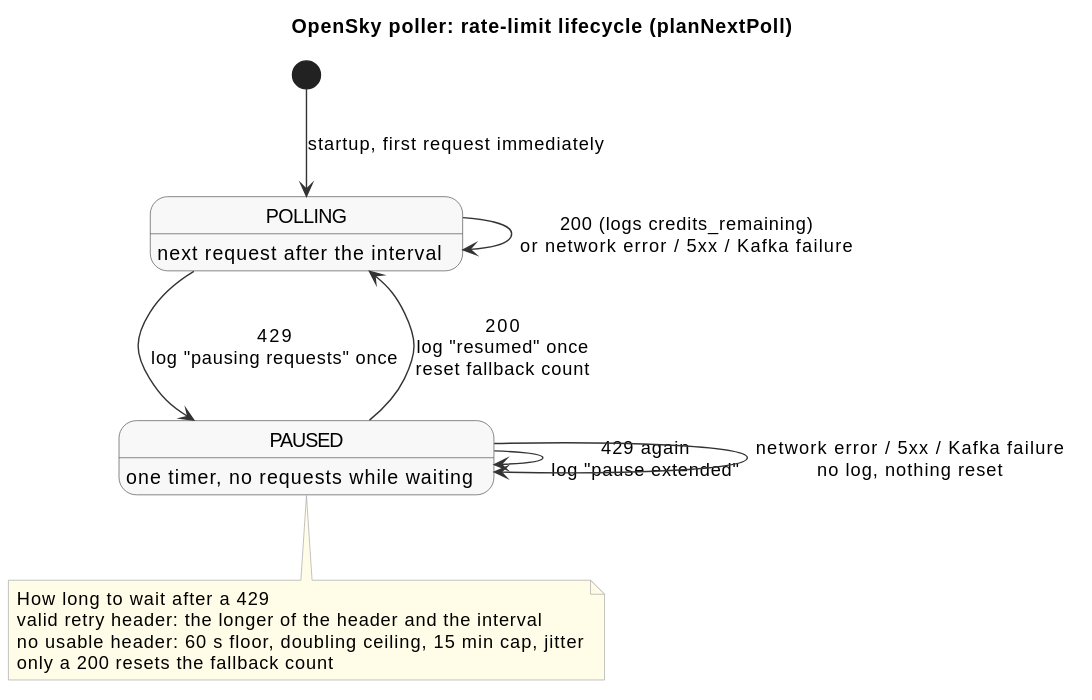
Earlier version of the PlantUML export diagrams/docs/implementation/phase-10-production-hardening/concepts/opensky-fallback-hardening/opensky-rate-limit-lifecycle.svg (Buffden/sentinel). The source it was exported from:
```plantuml
@startuml
title OpenSky poller: rate-limit lifecycle (planNextPoll)

hide empty description
skinparam stateBorderColor #555555
skinparam stateBackgroundColor #F8F8F8
skinparam stateArrowColor #333333
skinparam noteBorderColor #AAAAAA
skinparam noteBackgroundColor #FFFDE7

state POLLING : next request after the interval
state PAUSED : one timer, no requests while waiting

[*] --> POLLING : startup, first request immediately

POLLING --> POLLING : 200 (logs credits_remaining)\nor network error / 5xx / Kafka failure
POLLING --> PAUSED : 429\nlog "pausing requests" once

PAUSED --> PAUSED : 429 again\nlog "pause extended"
PAUSED --> PAUSED : network error / 5xx / Kafka failure\nno log, nothing reset
PAUSED --> POLLING : 200\nlog "resumed" once\nreset fallback count

note bottom of PAUSED
  How long to wait after a 429
  valid retry header: the longer of the header and the interval
  no usable header: 60 s floor, doubling ceiling, 15 min cap, jitter
  only a 200 resets the fallback count
end note
@enduml
```
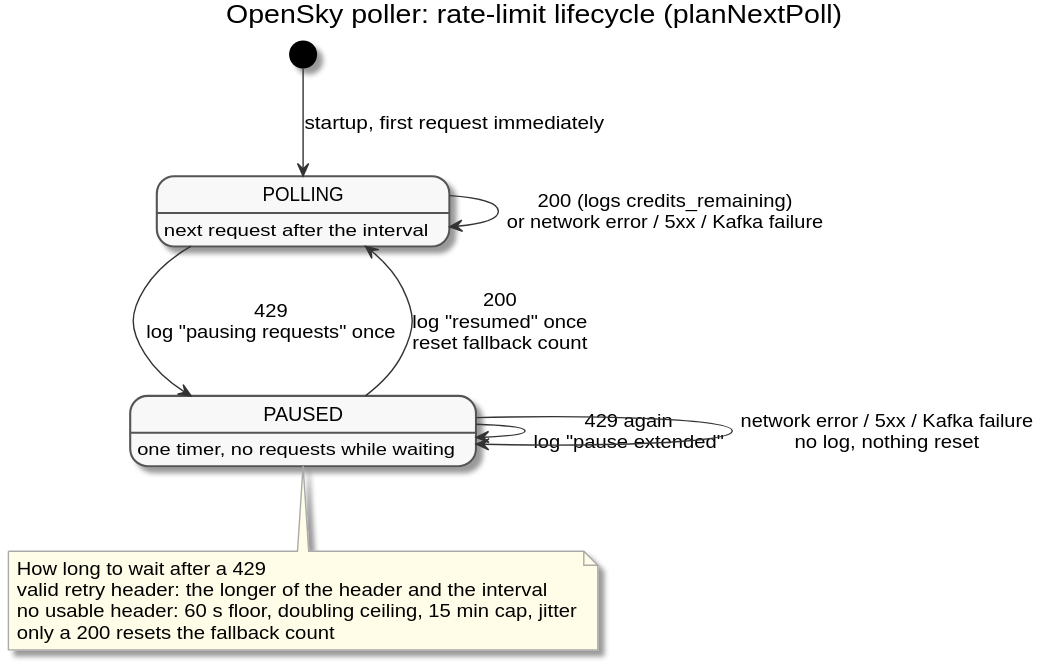
Above is the later version.

Commit message:
chore: auto-export diagrams [skip ci]

Diff of the diagram source:
```diff
@@ -1,4 +1,4 @@
-@startuml
+@startuml opensky-rate-limit-lifecycle
 title OpenSky poller: rate-limit lifecycle (planNextPoll)
 
 hide empty description
@@ -26,4 +26,5 @@
   no usable header: 60 s floor, doubling ceiling, 15 min cap, jitter
   only a 200 resets the fallback count
 end note
+
 @enduml
```
